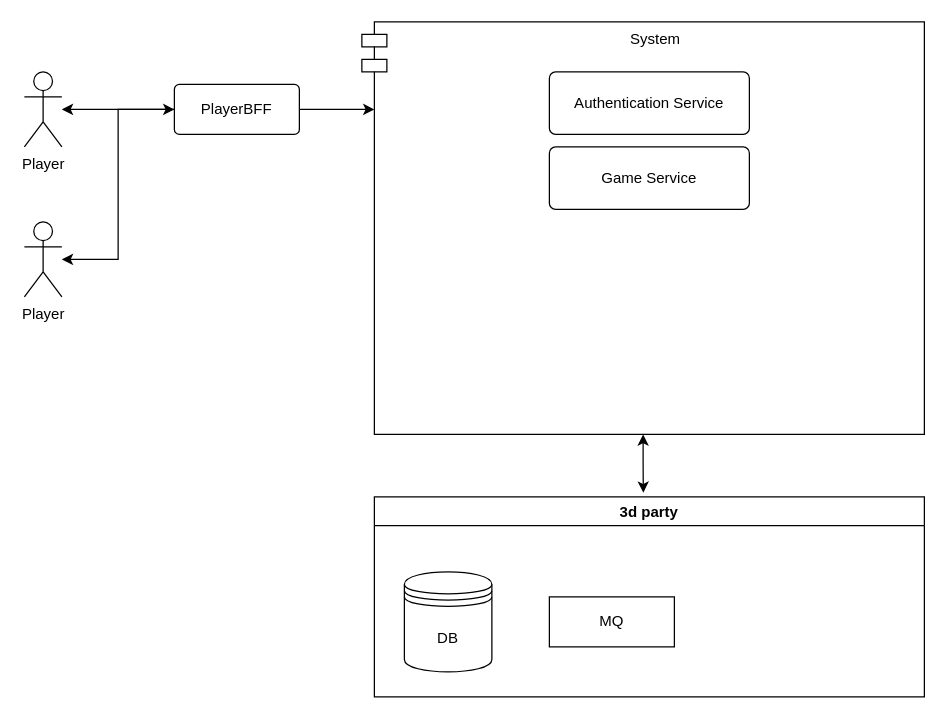
Above: Untitled Diagram.drawio in Lielyehosh/Poker (draw.io), before the change. Source tidied: cells renumbered, new cells numbered last; positions are measured from the earlier drawing's top-left corner, leaving out a move shared by most shapes. Both pictures are drawn from the tidied source at 125%, with x=0, y=0 at pixel (24, 21).
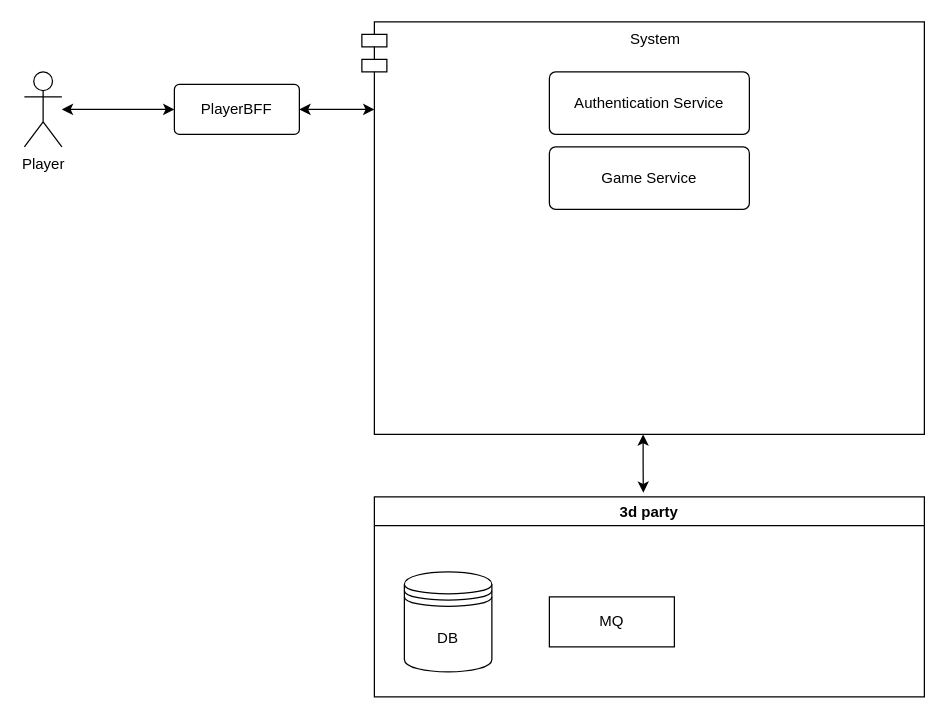
After the change.

What changed in the source:
```diff
@@
 <mxGraphModel>
   <root>
     <mxCell id="0" />
     <mxCell id="1" parent="0" />
     <mxCell id="2" value="Player" style="shape=umlActor;verticalLabelPosition=bottom;verticalAlign=top;html=1;" parent="1" vertex="1">
       <mxGeometry y="40" width="30" height="60" as="geometry" />
     </mxCell>
     <mxCell id="3" style="edgeStyle=orthogonalEdgeStyle;rounded=0;jettySize=auto;html=1;startArrow=classic;startFill=1;endArrow=classic;endFill=1;entryX=0.489;entryY=-0.021;entryDx=0;entryDy=0;entryPerimeter=0;" parent="1" edge="1" source="4" target="8">
       <mxGeometry relative="1" as="geometry" />
     </mxCell>
     <mxCell id="4" value="System" style="shape=module;align=left;spacingLeft=20;align=center;verticalAlign=top;" parent="1" vertex="1">
       <mxGeometry x="270" width="450" height="330" as="geometry" />
     </mxCell>
-    <mxCell id="5" style="edgeStyle=orthogonalEdgeStyle;rounded=0;jettySize=auto;html=1;endArrow=classic;startArrow=none;endFill=1;" parent="1" edge="1" source="6">
+    <mxCell id="5" style="edgeStyle=orthogonalEdgeStyle;rounded=0;jettySize=auto;html=1;endArrow=classic;startArrow=classic;endFill=1;startFill=1;" parent="1" edge="1" source="6">
       <mxGeometry relative="1" as="geometry">
         <mxPoint x="280" y="70" as="targetPoint" />
       </mxGeometry>
     </mxCell>
     <mxCell id="6" value="PlayerBFF" style="rounded=1;arcSize=10;whiteSpace=wrap;html=1;align=center;" parent="1" vertex="1">
       <mxGeometry x="120" y="50" width="100" height="40" as="geometry" />
     </mxCell>
-    <mxCell id="7" style="edgeStyle=orthogonalEdgeStyle;rounded=0;jettySize=auto;html=1;endArrow=none;startArrow=classic;startFill=1;" parent="1" edge="1" source="2" target="6">
+    <mxCell id="7" style="edgeStyle=orthogonalEdgeStyle;rounded=0;jettySize=auto;html=1;endArrow=classic;startArrow=classic;startFill=1;endFill=1;" parent="1" edge="1" source="2" target="6">
       <mxGeometry relative="1" as="geometry" />
     </mxCell>
     <mxCell id="8" value="3d party" style="swimlane;" parent="1" vertex="1">
       <mxGeometry x="280" y="380" width="440" height="160" as="geometry" />
     </mxCell>
     <mxCell id="9" value="DB" style="shape=datastore;whiteSpace=wrap;html=1;" parent="8" vertex="1">
       <mxGeometry x="24" y="60" width="70" height="80" as="geometry" />
     </mxCell>
     <mxCell id="10" value="MQ" style="whiteSpace=wrap;html=1;align=center;" parent="8" vertex="1">
       <mxGeometry x="140" y="80" width="100" height="40" as="geometry" />
     </mxCell>
-    <mxCell id="11" style="edgeStyle=orthogonalEdgeStyle;rounded=0;jettySize=auto;html=1;entryX=0;entryY=0.5;entryDx=0;entryDy=0;startArrow=classic;startFill=1;endArrow=classic;endFill=1;" parent="1" edge="1" source="12" target="6">
-      <mxGeometry relative="1" as="geometry" />
-    </mxCell>
-    <mxCell id="12" value="Player" style="shape=umlActor;verticalLabelPosition=bottom;verticalAlign=top;html=1;" parent="1" vertex="1">
-      <mxGeometry y="160" width="30" height="60" as="geometry" />
-    </mxCell>
     <mxCell id="13" value="Authentication Service" style="rounded=1;arcSize=10;whiteSpace=wrap;html=1;align=center;" parent="1" vertex="1">
       <mxGeometry x="420" y="40" width="160" height="50" as="geometry" />
     </mxCell>
     <mxCell id="14" value="Game Service" style="rounded=1;arcSize=10;whiteSpace=wrap;html=1;align=center;" parent="1" vertex="1">
       <mxGeometry x="420" y="100" width="160" height="50" as="geometry" />
     </mxCell>
   </root>
 </mxGraphModel>
```
